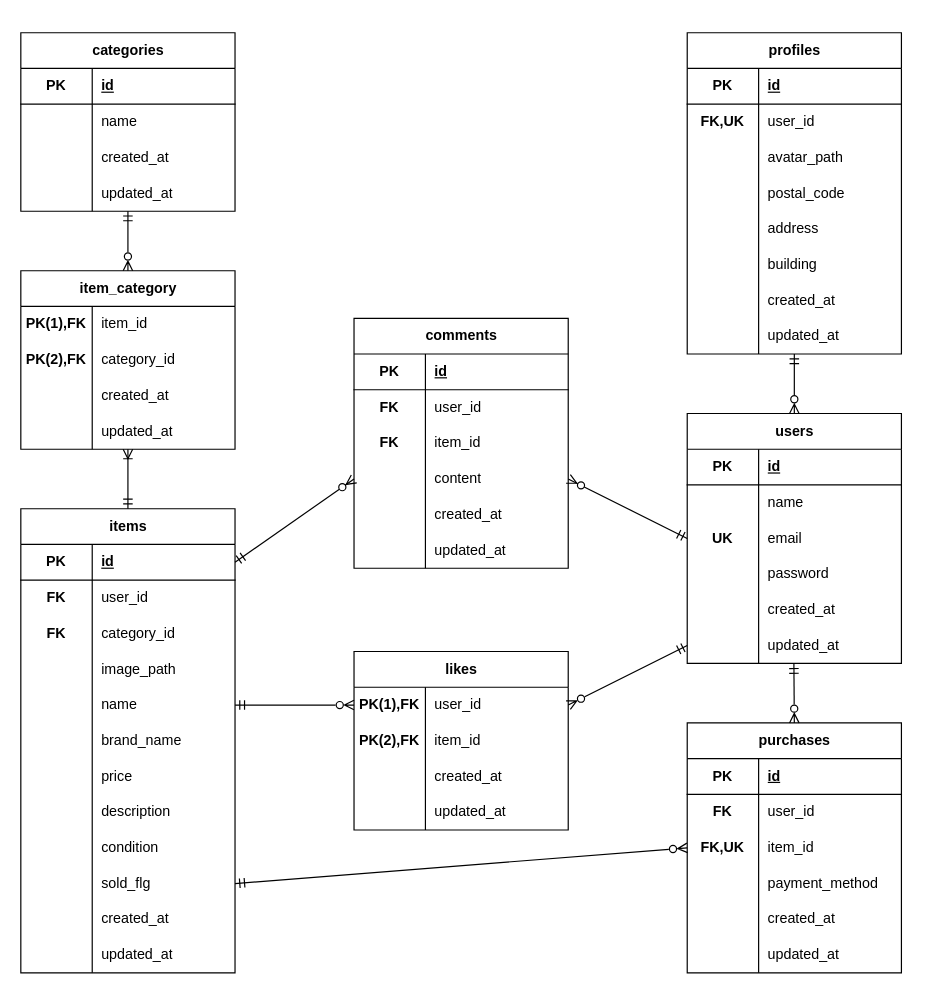
Above: index.drawio in shiro03shiro/flea-sim (draw.io), before the change. Source tidied: cells renumbered, new cells numbered last; positions are measured from the earlier drawing's top-left corner, leaving out a move shared by most shapes. Both pictures are drawn from the tidied source at 119%, with x=0, y=0 at pixel (20, 32).
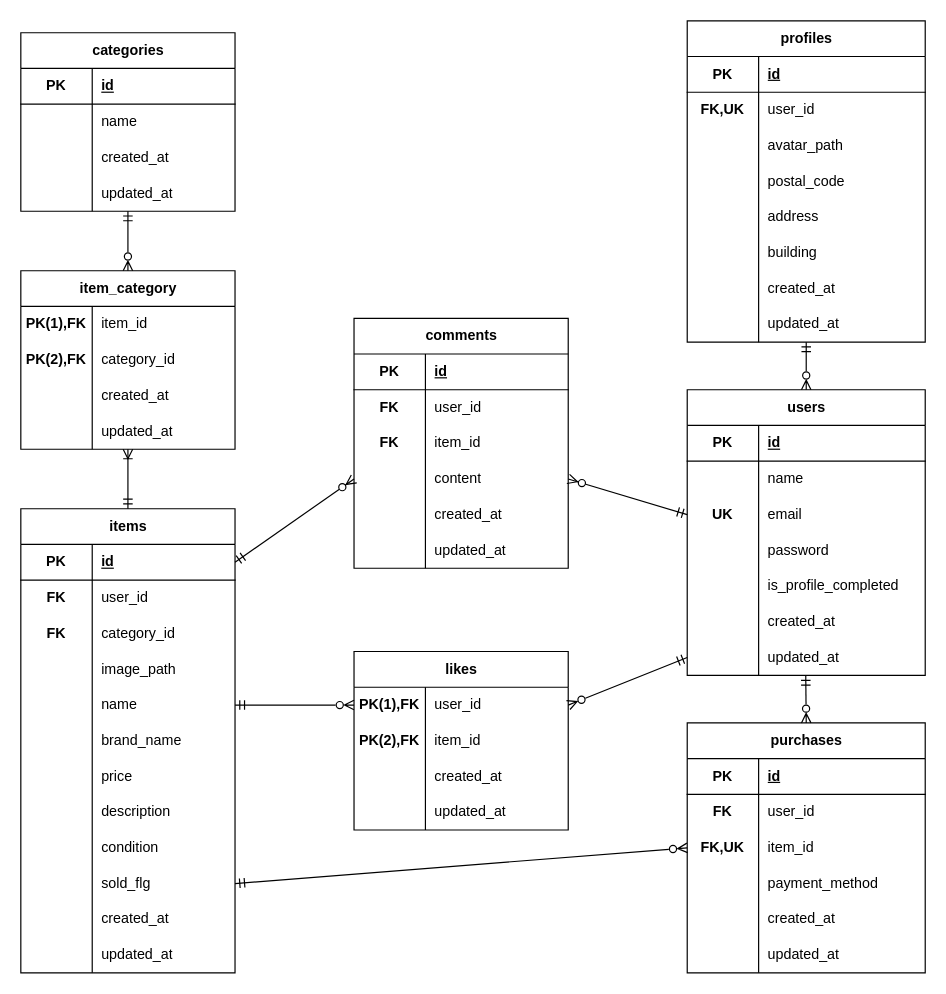
After the change.

Commit message (it also covers changes not shown here):
ER(is_profile_completed)

What changed in the source:
```diff
@@
     <mxCell id="53" value="users" style="shape=table;startSize=30;childLayout=tableLayout;rowLines=0;fontStyle=1;align=center;html=1;" parent="1" vertex="1">
-      <mxGeometry x="560" y="320" width="180" height="210" as="geometry" />
+      <mxGeometry x="560" y="300" width="200" height="240" as="geometry" />
     </mxCell>
     <mxCell id="54" style="shape=tableRow;horizontal=0;startSize=0;swimlaneHead=0;swimlaneBody=0;fillColor=none;top=0;left=0;right=0;bottom=1;" parent="53" vertex="1">
-      <mxGeometry y="30" width="180" height="30" as="geometry" />
+      <mxGeometry y="30" width="200" height="30" as="geometry" />
     </mxCell>
@@
     <mxCell id="56" value="id" style="shape=partialRectangle;fillColor=none;top=0;left=0;bottom=0;right=0;align=left;spacingLeft=6;fontStyle=5;overflow=hidden;whiteSpace=wrap;html=1;" parent="54" vertex="1">
-      <mxGeometry x="60" width="120" height="30" as="geometry" />
+      <mxGeometry x="60" width="140" height="30" as="geometry" />
     </mxCell>
     <mxCell id="57" style="shape=tableRow;horizontal=0;startSize=0;swimlaneHead=0;swimlaneBody=0;fillColor=none;top=0;left=0;right=0;bottom=0;" parent="53" vertex="1">
-      <mxGeometry y="60" width="180" height="30" as="geometry" />
+      <mxGeometry y="60" width="200" height="30" as="geometry" />
     </mxCell>
@@
     <mxCell id="59" value="name" style="shape=partialRectangle;fillColor=none;top=0;left=0;bottom=0;right=0;align=left;spacingLeft=6;overflow=hidden;whiteSpace=wrap;html=1;" parent="57" vertex="1">
-      <mxGeometry x="60" width="120" height="30" as="geometry" />
+      <mxGeometry x="60" width="140" height="30" as="geometry" />
     </mxCell>
     <mxCell id="60" style="shape=tableRow;horizontal=0;startSize=0;swimlaneHead=0;swimlaneBody=0;fillColor=none;points=[[0,0.5],[1,0.5]];portConstraint=eastwest;top=0;left=0;right=0;bottom=0;" parent="53" vertex="1">
-      <mxGeometry y="90" width="180" height="30" as="geometry" />
+      <mxGeometry y="90" width="200" height="30" as="geometry" />
     </mxCell>
@@
     <mxCell id="62" value="email" style="shape=partialRectangle;fillColor=none;top=0;left=0;bottom=0;right=0;align=left;spacingLeft=6;overflow=hidden;whiteSpace=wrap;html=1;" parent="60" vertex="1">
-      <mxGeometry x="60" width="120" height="30" as="geometry" />
+      <mxGeometry x="60" width="140" height="30" as="geometry" />
     </mxCell>
     <mxCell id="63" style="shape=tableRow;horizontal=0;startSize=0;swimlaneHead=0;swimlaneBody=0;fillColor=none;top=0;left=0;right=0;bottom=0;" parent="53" vertex="1">
-      <mxGeometry y="120" width="180" height="30" as="geometry" />
+      <mxGeometry y="120" width="200" height="30" as="geometry" />
     </mxCell>
@@
     <mxCell id="65" value="password" style="shape=partialRectangle;fillColor=none;top=0;left=0;bottom=0;right=0;align=left;spacingLeft=6;overflow=hidden;whiteSpace=wrap;html=1;" parent="63" vertex="1">
-      <mxGeometry x="60" width="120" height="30" as="geometry" />
+      <mxGeometry x="60" width="140" height="30" as="geometry" />
     </mxCell>
+    <mxCell id="170" style="shape=tableRow;horizontal=0;startSize=0;swimlaneHead=0;swimlaneBody=0;fillColor=none;top=0;left=0;right=0;bottom=0;" parent="53" vertex="1">
+      <mxGeometry y="150" width="200" height="30" as="geometry" />
+    </mxCell>
+    <mxCell id="171" style="shape=partialRectangle;fillColor=none;top=0;left=0;bottom=0;right=0;overflow=hidden;whiteSpace=wrap;html=1;" parent="170" vertex="1">
+      <mxGeometry width="60" height="30" as="geometry" />
+    </mxCell>
+    <mxCell id="172" value="is_profile_completed" style="shape=partialRectangle;fillColor=none;top=0;left=0;bottom=0;right=0;align=left;spacingLeft=6;overflow=hidden;whiteSpace=wrap;html=1;" parent="170" vertex="1">
+      <mxGeometry x="60" width="140" height="30" as="geometry" />
+    </mxCell>
     <mxCell id="66" style="shape=tableRow;horizontal=0;startSize=0;swimlaneHead=0;swimlaneBody=0;fillColor=none;top=0;left=0;right=0;bottom=0;" parent="53" vertex="1">
-      <mxGeometry y="150" width="180" height="30" as="geometry" />
+      <mxGeometry y="180" width="200" height="30" as="geometry" />
     </mxCell>
@@
     <mxCell id="68" value="created_at" style="shape=partialRectangle;fillColor=none;top=0;left=0;bottom=0;right=0;align=left;spacingLeft=6;overflow=hidden;whiteSpace=wrap;html=1;" parent="66" vertex="1">
-      <mxGeometry x="60" width="120" height="30" as="geometry" />
+      <mxGeometry x="60" width="140" height="30" as="geometry" />
     </mxCell>
     <mxCell id="69" style="shape=tableRow;horizontal=0;startSize=0;swimlaneHead=0;swimlaneBody=0;fillColor=none;points=[[0,0.5],[1,0.5]];portConstraint=eastwest;top=0;left=0;right=0;bottom=0;" parent="53" vertex="1">
-      <mxGeometry y="180" width="180" height="30" as="geometry" />
+      <mxGeometry y="210" width="200" height="30" as="geometry" />
     </mxCell>
@@
     <mxCell id="71" value="updated_at" style="shape=partialRectangle;fillColor=none;top=0;left=0;bottom=0;right=0;align=left;spacingLeft=6;overflow=hidden;whiteSpace=wrap;html=1;" parent="69" vertex="1">
-      <mxGeometry x="60" width="120" height="30" as="geometry" />
+      <mxGeometry x="60" width="140" height="30" as="geometry" />
     </mxCell>
     <mxCell id="72" value="profiles" style="shape=table;startSize=30;childLayout=tableLayout;rowLines=0;fontStyle=1;align=center;html=1;" parent="1" vertex="1">
-      <mxGeometry x="560" width="180" height="270" as="geometry" />
+      <mxGeometry x="560" y="-10" width="200" height="270" as="geometry" />
     </mxCell>
     <mxCell id="73" style="shape=tableRow;horizontal=0;startSize=0;swimlaneHead=0;swimlaneBody=0;fillColor=none;top=0;left=0;right=0;bottom=1;" parent="72" vertex="1">
-      <mxGeometry y="30" width="180" height="30" as="geometry" />
+      <mxGeometry y="30" width="200" height="30" as="geometry" />
     </mxCell>
@@
     <mxCell id="75" value="id" style="shape=partialRectangle;fillColor=none;top=0;left=0;bottom=0;right=0;align=left;spacingLeft=6;fontStyle=5;overflow=hidden;whiteSpace=wrap;html=1;" parent="73" vertex="1">
-      <mxGeometry x="60" width="120" height="30" as="geometry" />
+      <mxGeometry x="60" width="140" height="30" as="geometry" />
     </mxCell>
     <mxCell id="76" style="shape=tableRow;horizontal=0;startSize=0;swimlaneHead=0;swimlaneBody=0;fillColor=none;top=0;left=0;right=0;bottom=0;" parent="72" vertex="1">
-      <mxGeometry y="60" width="180" height="30" as="geometry" />
+      <mxGeometry y="60" width="200" height="30" as="geometry" />
     </mxCell>
@@
     <mxCell id="78" value="user_id" style="shape=partialRectangle;fillColor=none;top=0;left=0;bottom=0;right=0;align=left;spacingLeft=6;overflow=hidden;whiteSpace=wrap;html=1;" parent="76" vertex="1">
-      <mxGeometry x="60" width="120" height="30" as="geometry" />
+      <mxGeometry x="60" width="140" height="30" as="geometry" />
     </mxCell>
     <mxCell id="79" style="shape=tableRow;horizontal=0;startSize=0;swimlaneHead=0;swimlaneBody=0;fillColor=none;top=0;left=0;right=0;bottom=0;" parent="72" vertex="1">
-      <mxGeometry y="90" width="180" height="30" as="geometry" />
+      <mxGeometry y="90" width="200" height="30" as="geometry" />
     </mxCell>
@@
     <mxCell id="81" value="avatar_path" style="shape=partialRectangle;fillColor=none;top=0;left=0;bottom=0;right=0;align=left;spacingLeft=6;overflow=hidden;whiteSpace=wrap;html=1;" parent="79" vertex="1">
-      <mxGeometry x="60" width="120" height="30" as="geometry" />
+      <mxGeometry x="60" width="140" height="30" as="geometry" />
     </mxCell>
     <mxCell id="82" style="shape=tableRow;horizontal=0;startSize=0;swimlaneHead=0;swimlaneBody=0;fillColor=none;top=0;left=0;right=0;bottom=0;" parent="72" vertex="1">
-      <mxGeometry y="120" width="180" height="30" as="geometry" />
+      <mxGeometry y="120" width="200" height="30" as="geometry" />
     </mxCell>
@@
     <mxCell id="84" value="postal_code" style="shape=partialRectangle;fillColor=none;top=0;left=0;bottom=0;right=0;align=left;spacingLeft=6;overflow=hidden;whiteSpace=wrap;html=1;" parent="82" vertex="1">
-      <mxGeometry x="60" width="120" height="30" as="geometry" />
+      <mxGeometry x="60" width="140" height="30" as="geometry" />
     </mxCell>
     <mxCell id="85" style="shape=tableRow;horizontal=0;startSize=0;swimlaneHead=0;swimlaneBody=0;fillColor=none;top=0;left=0;right=0;bottom=0;" parent="72" vertex="1">
-      <mxGeometry y="150" width="180" height="30" as="geometry" />
+      <mxGeometry y="150" width="200" height="30" as="geometry" />
     </mxCell>
@@
     <mxCell id="87" value="address" style="shape=partialRectangle;fillColor=none;top=0;left=0;bottom=0;right=0;align=left;spacingLeft=6;overflow=hidden;whiteSpace=wrap;html=1;" parent="85" vertex="1">
-      <mxGeometry x="60" width="120" height="30" as="geometry" />
+      <mxGeometry x="60" width="140" height="30" as="geometry" />
     </mxCell>
     <mxCell id="88" style="shape=tableRow;horizontal=0;startSize=0;swimlaneHead=0;swimlaneBody=0;fillColor=none;top=0;left=0;right=0;bottom=0;" parent="72" vertex="1">
-      <mxGeometry y="180" width="180" height="30" as="geometry" />
+      <mxGeometry y="180" width="200" height="30" as="geometry" />
     </mxCell>
@@
     <mxCell id="90" value="building" style="shape=partialRectangle;fillColor=none;top=0;left=0;bottom=0;right=0;align=left;spacingLeft=6;overflow=hidden;whiteSpace=wrap;html=1;" parent="88" vertex="1">
-      <mxGeometry x="60" width="120" height="30" as="geometry" />
+      <mxGeometry x="60" width="140" height="30" as="geometry" />
     </mxCell>
     <mxCell id="91" style="shape=tableRow;horizontal=0;startSize=0;swimlaneHead=0;swimlaneBody=0;fillColor=none;top=0;left=0;right=0;bottom=0;" parent="72" vertex="1">
-      <mxGeometry y="210" width="180" height="30" as="geometry" />
+      <mxGeometry y="210" width="200" height="30" as="geometry" />
     </mxCell>
@@
     <mxCell id="93" value="created_at" style="shape=partialRectangle;fillColor=none;top=0;left=0;bottom=0;right=0;align=left;spacingLeft=6;overflow=hidden;whiteSpace=wrap;html=1;" parent="91" vertex="1">
-      <mxGeometry x="60" width="120" height="30" as="geometry" />
+      <mxGeometry x="60" width="140" height="30" as="geometry" />
     </mxCell>
     <mxCell id="94" style="shape=tableRow;horizontal=0;startSize=0;swimlaneHead=0;swimlaneBody=0;fillColor=none;points=[[0,0.5],[1,0.5]];portConstraint=eastwest;top=0;left=0;right=0;bottom=0;" parent="72" vertex="1">
-      <mxGeometry y="240" width="180" height="30" as="geometry" />
+      <mxGeometry y="240" width="200" height="30" as="geometry" />
     </mxCell>
@@
     <mxCell id="96" value="updated_at" style="shape=partialRectangle;fillColor=none;top=0;left=0;bottom=0;right=0;align=left;spacingLeft=6;overflow=hidden;whiteSpace=wrap;html=1;" parent="94" vertex="1">
-      <mxGeometry x="60" width="120" height="30" as="geometry" />
+      <mxGeometry x="60" width="140" height="30" as="geometry" />
     </mxCell>
@@
     <mxCell id="116" value="purchases" style="shape=table;startSize=30;childLayout=tableLayout;rowLines=0;fontStyle=1;align=center;html=1;" parent="1" vertex="1">
-      <mxGeometry x="560" y="580" width="180" height="210" as="geometry" />
+      <mxGeometry x="560" y="580" width="200" height="210" as="geometry" />
     </mxCell>
     <mxCell id="117" style="shape=tableRow;horizontal=0;startSize=0;swimlaneHead=0;swimlaneBody=0;fillColor=none;points=[[0,0.5],[1,0.5]];portConstraint=eastwest;top=0;left=0;right=0;bottom=1;" parent="116" vertex="1">
-      <mxGeometry y="30" width="180" height="30" as="geometry" />
+      <mxGeometry y="30" width="200" height="30" as="geometry" />
     </mxCell>
@@
     <mxCell id="119" value="id" style="shape=partialRectangle;fillColor=none;top=0;left=0;bottom=0;right=0;align=left;spacingLeft=6;fontStyle=5;overflow=hidden;whiteSpace=wrap;html=1;" parent="117" vertex="1">
-      <mxGeometry x="60" width="120" height="30" as="geometry" />
+      <mxGeometry x="60" width="140" height="30" as="geometry" />
     </mxCell>
     <mxCell id="120" style="shape=tableRow;horizontal=0;startSize=0;swimlaneHead=0;swimlaneBody=0;fillColor=none;top=0;left=0;right=0;bottom=0;" parent="116" vertex="1">
-      <mxGeometry y="60" width="180" height="30" as="geometry" />
+      <mxGeometry y="60" width="200" height="30" as="geometry" />
     </mxCell>
@@
     <mxCell id="122" value="user_id" style="shape=partialRectangle;fillColor=none;top=0;left=0;bottom=0;right=0;align=left;spacingLeft=6;overflow=hidden;whiteSpace=wrap;html=1;" parent="120" vertex="1">
-      <mxGeometry x="60" width="120" height="30" as="geometry" />
+      <mxGeometry x="60" width="140" height="30" as="geometry" />
     </mxCell>
     <mxCell id="123" style="shape=tableRow;horizontal=0;startSize=0;swimlaneHead=0;swimlaneBody=0;fillColor=none;points=[[0,0.5],[1,0.5]];portConstraint=eastwest;top=0;left=0;right=0;bottom=0;" parent="116" vertex="1">
-      <mxGeometry y="90" width="180" height="30" as="geometry" />
+      <mxGeometry y="90" width="200" height="30" as="geometry" />
     </mxCell>
@@
     <mxCell id="125" value="item_id" style="shape=partialRectangle;fillColor=none;top=0;left=0;bottom=0;right=0;align=left;spacingLeft=6;overflow=hidden;whiteSpace=wrap;html=1;" parent="123" vertex="1">
-      <mxGeometry x="60" width="120" height="30" as="geometry" />
+      <mxGeometry x="60" width="140" height="30" as="geometry" />
     </mxCell>
     <mxCell id="126" style="shape=tableRow;horizontal=0;startSize=0;swimlaneHead=0;swimlaneBody=0;fillColor=none;top=0;left=0;right=0;bottom=0;" parent="116" vertex="1">
-      <mxGeometry y="120" width="180" height="30" as="geometry" />
+      <mxGeometry y="120" width="200" height="30" as="geometry" />
     </mxCell>
@@
     <mxCell id="128" value="payment_method" style="shape=partialRectangle;fillColor=none;top=0;left=0;bottom=0;right=0;align=left;spacingLeft=6;overflow=hidden;whiteSpace=wrap;html=1;" parent="126" vertex="1">
-      <mxGeometry x="60" width="120" height="30" as="geometry" />
+      <mxGeometry x="60" width="140" height="30" as="geometry" />
     </mxCell>
     <mxCell id="129" style="shape=tableRow;horizontal=0;startSize=0;swimlaneHead=0;swimlaneBody=0;fillColor=none;top=0;left=0;right=0;bottom=0;" parent="116" vertex="1">
-      <mxGeometry y="150" width="180" height="30" as="geometry" />
+      <mxGeometry y="150" width="200" height="30" as="geometry" />
     </mxCell>
@@
     <mxCell id="131" value="created_at" style="shape=partialRectangle;fillColor=none;top=0;left=0;bottom=0;right=0;align=left;spacingLeft=6;overflow=hidden;whiteSpace=wrap;html=1;" parent="129" vertex="1">
-      <mxGeometry x="60" width="120" height="30" as="geometry" />
+      <mxGeometry x="60" width="140" height="30" as="geometry" />
     </mxCell>
     <mxCell id="132" style="shape=tableRow;horizontal=0;startSize=0;swimlaneHead=0;swimlaneBody=0;fillColor=none;top=0;left=0;right=0;bottom=0;" parent="116" vertex="1">
-      <mxGeometry y="180" width="180" height="30" as="geometry" />
+      <mxGeometry y="180" width="200" height="30" as="geometry" />
     </mxCell>
@@
     <mxCell id="134" value="updated_at" style="shape=partialRectangle;fillColor=none;top=0;left=0;bottom=0;right=0;align=left;spacingLeft=6;overflow=hidden;whiteSpace=wrap;html=1;" parent="132" vertex="1">
-      <mxGeometry x="60" width="120" height="30" as="geometry" />
+      <mxGeometry x="60" width="140" height="30" as="geometry" />
     </mxCell>
```
